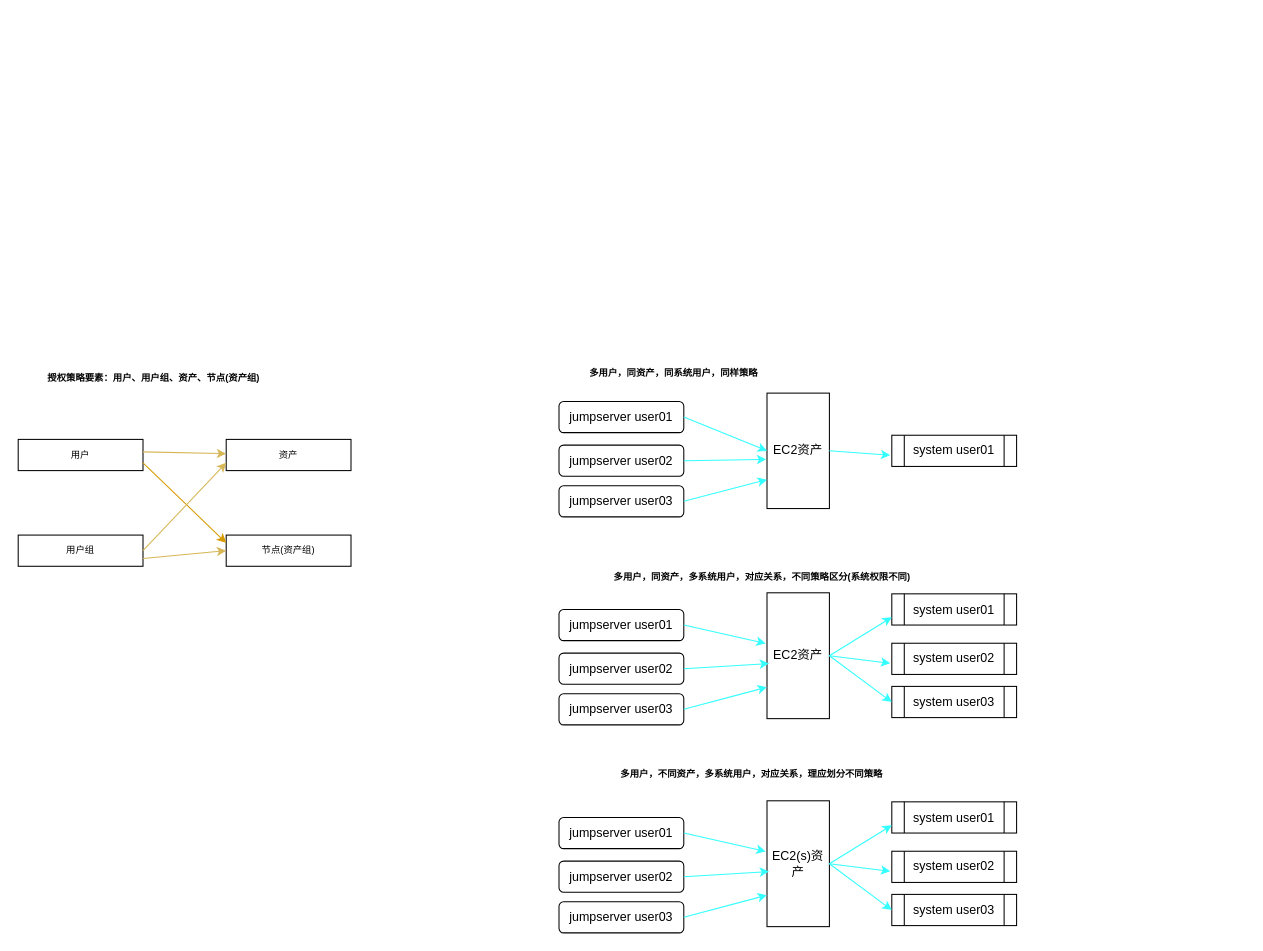
Earlier version of the draw.io diagram AWSjumpserve-授权策略.drawio (Devnull6/flowchart). Source tidied: cells renumbered, new cells numbered last; positions are measured from the earlier drawing's top-left corner, leaving out a move shared by most shapes. Both pictures are drawn from the tidied source at 104%, with x=0, y=0 at pixel (18, 358).
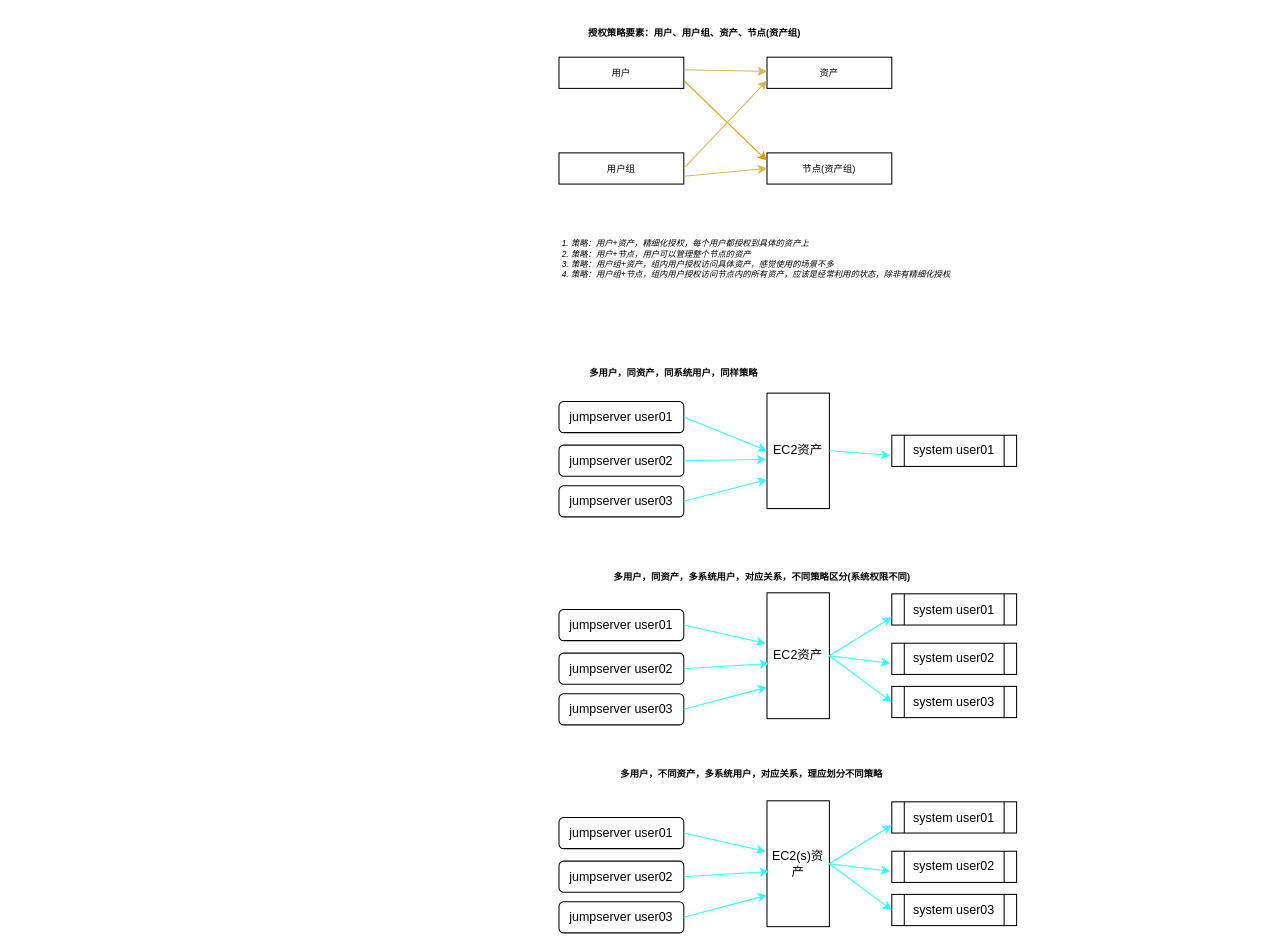
Above is the later version.

Change to the diagram source:
```diff
@@
     <mxCell id="40" value="授权策略要素：用户、用户组、资产、节点(资产组)" style="text;strokeColor=none;fillColor=none;html=1;fontSize=9;fontStyle=1;verticalAlign=middle;align=center;" parent="1" vertex="1">
-      <mxGeometry x="20" y="3.5" width="220" height="30" as="geometry" />
+      <mxGeometry x="540" y="-327" width="220" height="30" as="geometry" />
     </mxCell>
     <mxCell id="41" value="用户" style="rounded=0;whiteSpace=wrap;html=1;fontSize=9;" parent="1" vertex="1">
-      <mxGeometry y="78" width="120" height="30" as="geometry" />
+      <mxGeometry x="520" y="-289.5" width="120" height="30" as="geometry" />
     </mxCell>
     <mxCell id="42" value="用户组" style="rounded=0;whiteSpace=wrap;html=1;fontSize=9;" parent="1" vertex="1">
-      <mxGeometry y="170" width="120" height="30" as="geometry" />
+      <mxGeometry x="520" y="-197.5" width="120" height="30" as="geometry" />
     </mxCell>
     <mxCell id="43" value="节点(资产组)" style="rounded=0;whiteSpace=wrap;html=1;fontSize=9;" parent="1" vertex="1">
-      <mxGeometry x="200" y="170" width="120" height="30" as="geometry" />
+      <mxGeometry x="720" y="-197.5" width="120" height="30" as="geometry" />
     </mxCell>
     <mxCell id="44" value="资产" style="rounded=0;whiteSpace=wrap;html=1;fontSize=9;" parent="1" vertex="1">
-      <mxGeometry x="200" y="78" width="120" height="30" as="geometry" />
+      <mxGeometry x="720" y="-289.5" width="120" height="30" as="geometry" />
     </mxCell>
@@
     <mxCell id="46" style="endArrow=classic;html=1;rounded=1;fillColor=#fff2cc;strokeColor=#d6b656;" parent="1" edge="1" target="44">
       <mxGeometry relative="1" as="geometry">
-        <mxPoint x="120" y="90" as="sourcePoint" />
+        <mxPoint x="640" y="-277.5" as="sourcePoint" />
       </mxGeometry>
     </mxCell>
@@
+    <mxCell id="49" value="&lt;ol style=&quot;font-size: 8px&quot;&gt;&lt;li style=&quot;font-size: 8px&quot;&gt;策略：用户+资产，精细化授权，每个用户都授权到具体的资产上&lt;/li&gt;&lt;li style=&quot;font-size: 8px&quot;&gt;策略：用户+节点，用户可以管理整个节点的资产&lt;/li&gt;&lt;li style=&quot;font-size: 8px&quot;&gt;策略：用户组+资产，组内用户授权访问具体资产，感觉使用的场景不多&lt;/li&gt;&lt;li style=&quot;font-size: 8px&quot;&gt;策略：用户组+节点，组内用户授权访问节点内的所有资产，应该是经常利用的状态，除非有精细化授权&lt;/li&gt;&lt;/ol&gt;" style="text;strokeColor=none;fillColor=#ffffff;html=1;whiteSpace=wrap;verticalAlign=middle;overflow=hidden;fontSize=8;align=left;labelPosition=center;verticalLabelPosition=middle;labelBackgroundColor=#ffffff;glass=0;rounded=0;spacingTop=4;spacingBottom=8;labelBorderColor=none;fontStyle=2;" parent="1" vertex="1">
+      <mxGeometry x="490" y="-154.5" width="690" height="123" as="geometry" />
+    </mxCell>
```
